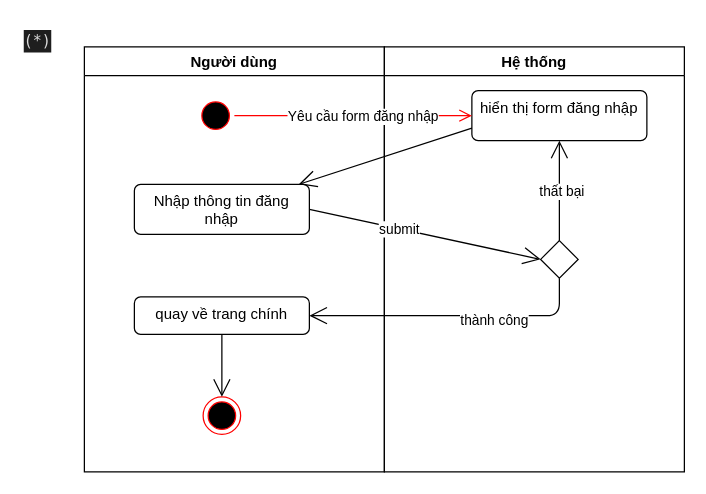
The draw.io diagram diagram/bdhd/dangnhap.dio in tuanyh11/Comic, before the edit. Source tidied: cells renumbered, new cells numbered last; positions are measured from the earlier drawing's top-left corner, leaving out a move shared by most shapes. Both pictures are drawn from the tidied source at 125%, with x=0, y=0 at pixel (21, 21).
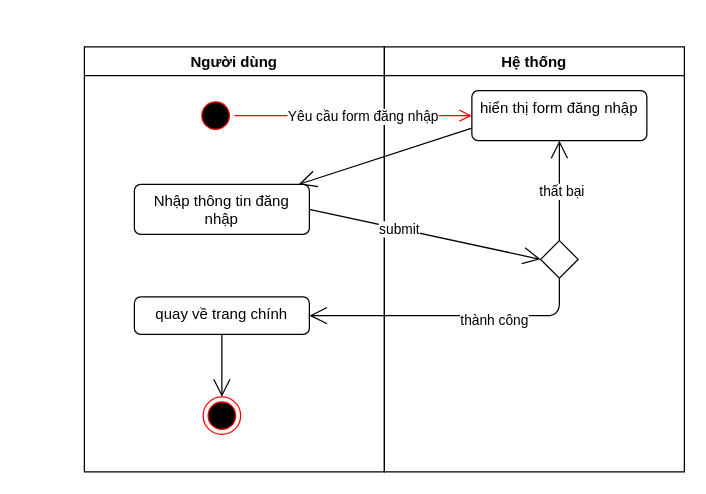
After the change.

The edit, as a diff of the source:
```diff
@@
-    <mxCell id="18" value="&lt;div style=&quot;color: #d4d4d4;background-color: #1e1e1e;font-family: Menlo, Monaco, 'Courier New', monospace;font-weight: normal;font-size: 12px;line-height: 18px;white-space: pre;&quot;&gt;&lt;div&gt;&lt;span style=&quot;color: #dcdcdc;&quot;&gt;(*)&lt;/span&gt;&lt;/div&gt;&lt;/div&gt;" style="text;whiteSpace=wrap;html=1;" parent="1" vertex="1">
-      <mxGeometry width="60" height="40" as="geometry" />
-    </mxCell>
```
